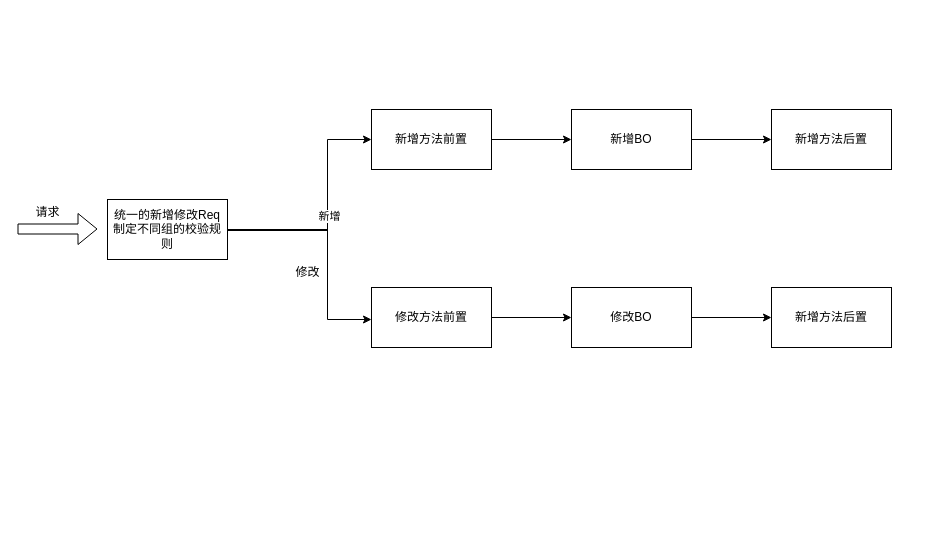
Before: 未命名绘图.drawio in yanglaiyi/cloud_image, a draw.io diagram. Source tidied: cells renumbered, new cells numbered last; positions are measured from the earlier drawing's top-left corner, leaving out a move shared by most shapes. Both pictures are drawn from the tidied source at 100%, with x=0, y=0 at pixel (17, 109).
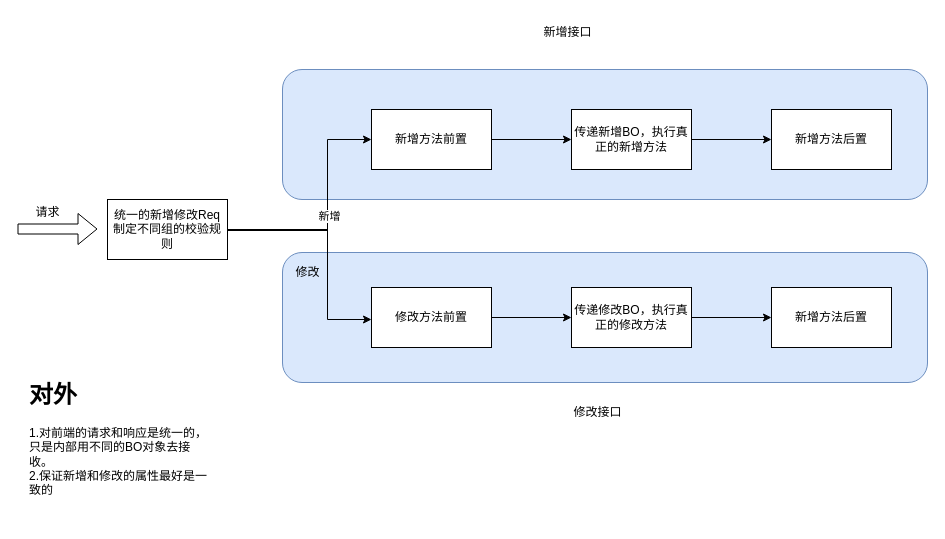
The same diagram, later.

Commit message:
更新后端处理前端求的实体类设计.drawio

Diff of the diagram source:
```diff
@@
+    <mxCell id="19" style="rounded=1;whiteSpace=wrap;html=1;fillColor=#dae8fc;strokeColor=#6c8ebf;" parent="1" vertex="1">
+      <mxGeometry x="265" y="143" width="645" height="130" as="geometry" />
+    </mxCell>
+    <mxCell id="20" style="rounded=1;whiteSpace=wrap;html=1;fillColor=#dae8fc;strokeColor=#6c8ebf;" parent="1" vertex="1">
+      <mxGeometry x="265" y="-40" width="645" height="130" as="geometry" />
+    </mxCell>
@@
-    <mxCell id="14" value="新增BO" style="rounded=0;whiteSpace=wrap;html=1;" parent="1" vertex="1">
+    <mxCell id="14" value="传递新增BO，执行真正的新增方法" style="rounded=0;whiteSpace=wrap;html=1;" parent="1" vertex="1">
       <mxGeometry x="554" width="120" height="60" as="geometry" />
     </mxCell>
@@
-    <mxCell id="16" value="修改BO" style="rounded=0;whiteSpace=wrap;html=1;" parent="1" vertex="1">
+    <mxCell id="16" value="传递修改BO，执行真正的修改方法" style="rounded=0;whiteSpace=wrap;html=1;" parent="1" vertex="1">
       <mxGeometry x="554" y="178" width="120" height="60" as="geometry" />
     </mxCell>
@@
+    <mxCell id="21" value="&lt;h1 style=&quot;margin-top: 0px;&quot;&gt;对外&lt;/h1&gt;&lt;div&gt;1.对前端的请求和响应是统一的，只是内部用不同的BO对象去接收。&lt;/div&gt;&lt;div&gt;2.保证新增和修改的属性最好是一致的&lt;/div&gt;&lt;p&gt;&lt;br&gt;&lt;/p&gt;" style="text;html=1;whiteSpace=wrap;overflow=hidden;rounded=0;" parent="1" vertex="1">
+      <mxGeometry x="10" y="265" width="180" height="145" as="geometry" />
+    </mxCell>
+    <mxCell id="22" value="新增接口" style="text;html=1;align=center;verticalAlign=middle;strokeColor=none;fillColor=none;" parent="1" vertex="1">
+      <mxGeometry x="515" y="-92" width="70" height="30" as="geometry" />
+    </mxCell>
+    <mxCell id="23" value="修改接口" style="text;html=1;align=center;verticalAlign=middle;strokeColor=none;fillColor=none;" parent="1" vertex="1">
+      <mxGeometry x="545" y="288" width="70" height="30" as="geometry" />
+    </mxCell>
```
